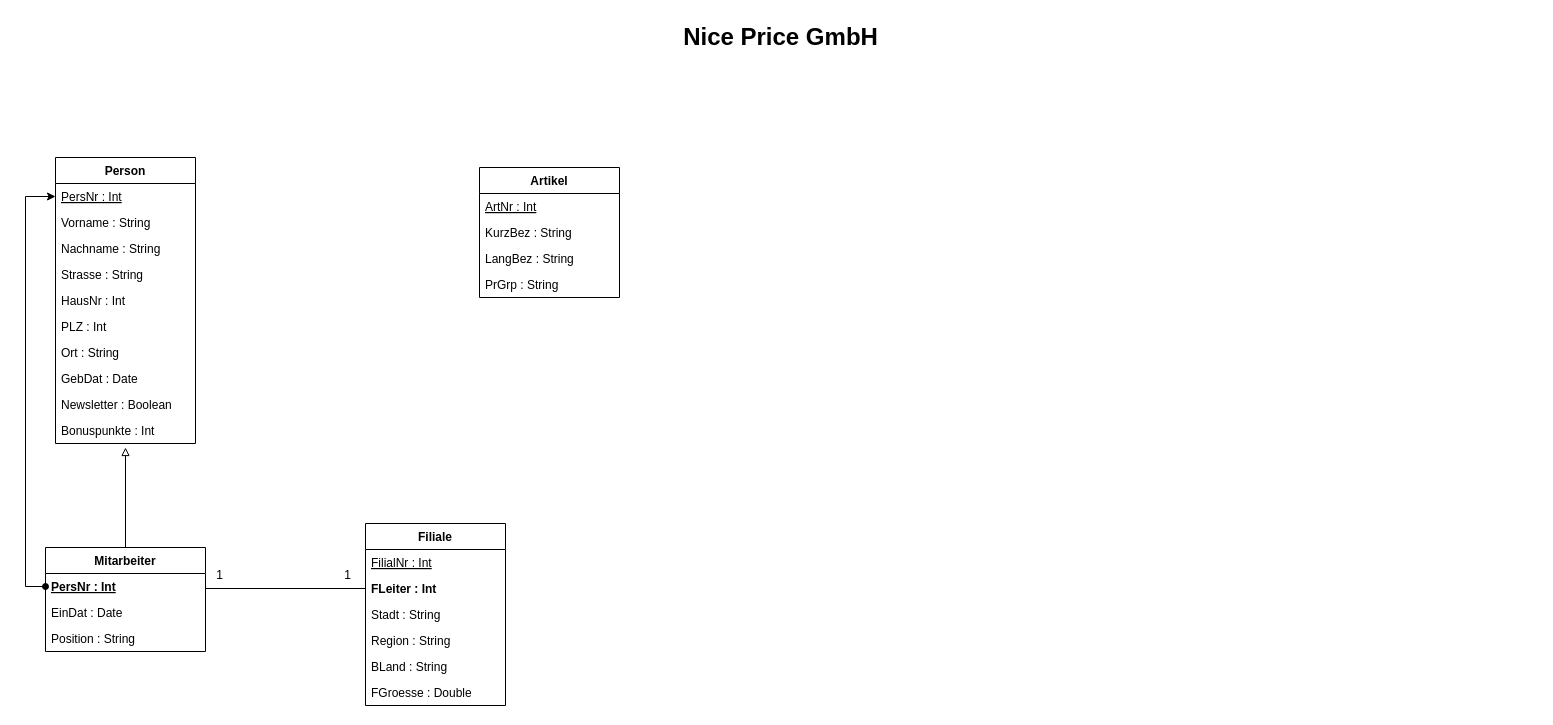
Earlier version of the draw.io diagram NicePriceUML.drawio (Resteklicken/DBS). Source tidied: cells renumbered, new cells numbered last; positions are measured from the earlier drawing's top-left corner, leaving out a move shared by most shapes. Both pictures are drawn from the tidied source at 100%, with x=0, y=0 at pixel (25, 17).
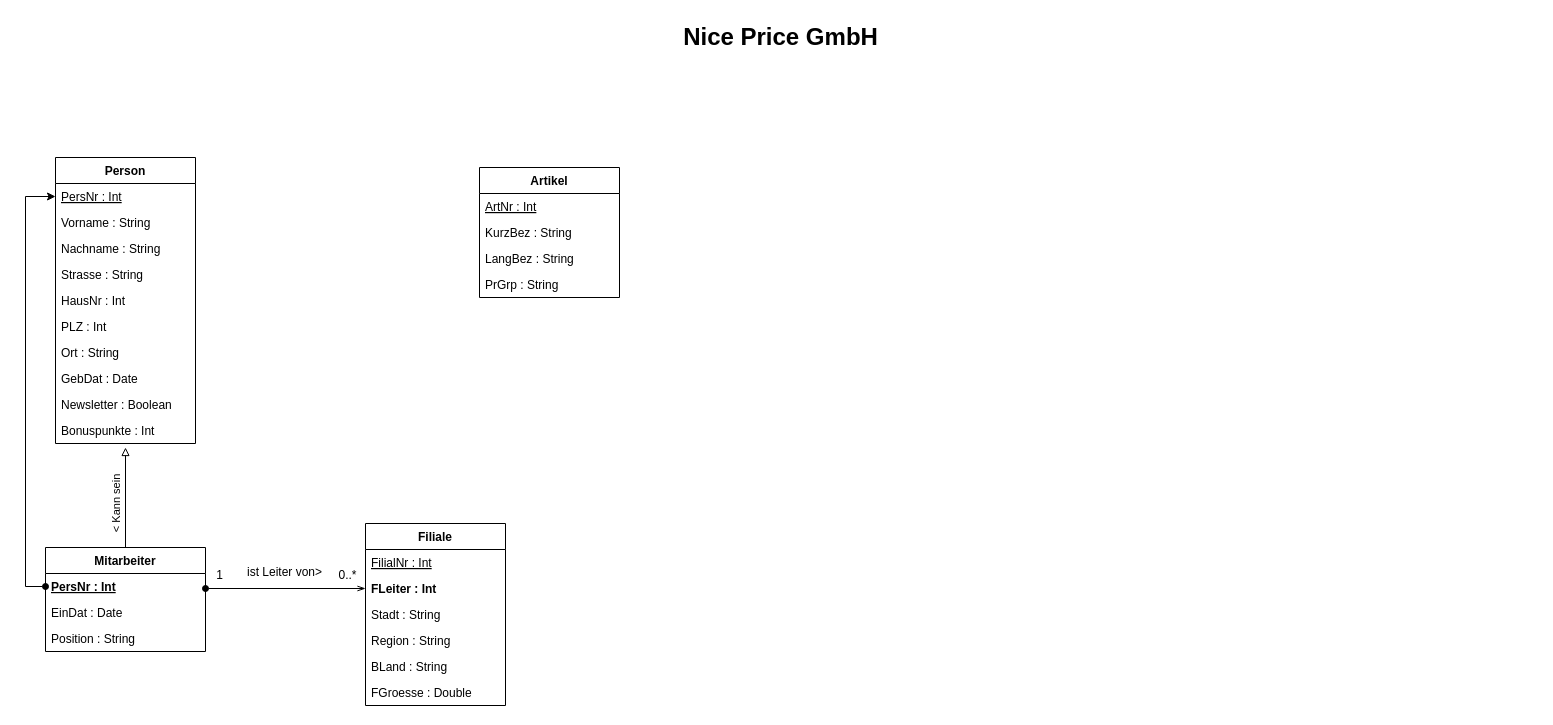
The same page after the edit.

The change refers to these unchanged cells:
```xml
<mxCell id="15" value="Mitarbeiter&#10;" style="swimlane;fontStyle=1;align=center;verticalAlign=top;horizontal=1;startSize=26;fillColor=none;" parent="1" vertex="1">
  <mxGeometry x="20" y="530" width="160" height="104" as="geometry" />
</mxCell>
```

What changed in the source:
```diff
@@
-    <mxCell id="14" style="edgeStyle=orthogonalEdgeStyle;rounded=0;jettySize=auto;html=1;endArrow=block;endFill=0;horizontal=1;" parent="1" edge="1" source="15">
+    <mxCell id="14" style="edgeStyle=orthogonalEdgeStyle;rounded=0;jettySize=auto;html=1;endArrow=block;endFill=0;horizontal=0;" parent="1" edge="1" source="15">
       <mxGeometry relative="1" as="geometry">
         <mxPoint x="100" y="430" as="targetPoint" />
       </mxGeometry>
     </mxCell>
@@
-    <mxCell id="33" value="1" style="text;html=1;align=center;verticalAlign=middle;fillColor=none;strokeColor=none;rounded=0;" parent="1" vertex="1">
-      <mxGeometry x="314" y="549" width="16" height="18" as="geometry" />
+    <mxCell id="33" value="0..*" style="text;html=1;align=center;verticalAlign=middle;fillColor=none;strokeColor=none;rounded=0;" parent="1" vertex="1">
+      <mxGeometry x="308" y="549" width="28" height="18" as="geometry" />
     </mxCell>
-    <mxCell id="34" style="endArrow=none;html=1;edgeStyle=orthogonalEdgeStyle;" parent="1" edge="1">
+    <mxCell id="34" style="endArrow=openThin;html=1;edgeStyle=orthogonalEdgeStyle;startArrow=oval;startFill=1;endFill=0;" parent="1" edge="1">
       <mxGeometry relative="1" as="geometry">
         <mxPoint x="180" y="571" as="sourcePoint" />
         <mxPoint x="340" y="571" as="targetPoint" />
       </mxGeometry>
     </mxCell>
+    <mxCell id="35" value="ist Leiter von&amp;gt;" style="text;html=1;align=center;verticalAlign=middle;fillColor=none;strokeColor=none;rounded=0;" parent="1" vertex="1">
+      <mxGeometry x="216" y="546" width="85" height="18" as="geometry" />
+    </mxCell>
+    <mxCell id="36" value="&lt;span style=&quot;font-size: 11px ; background-color: rgb(255 , 255 , 255)&quot;&gt;&amp;nbsp; &amp;lt; Kann sein&lt;/span&gt;" style="text;html=1;align=center;verticalAlign=middle;fillColor=none;strokeColor=none;rounded=0;horizontal=0;" parent="1" vertex="1">
+      <mxGeometry x="53" y="481" width="75" height="18" as="geometry" />
+    </mxCell>
```
